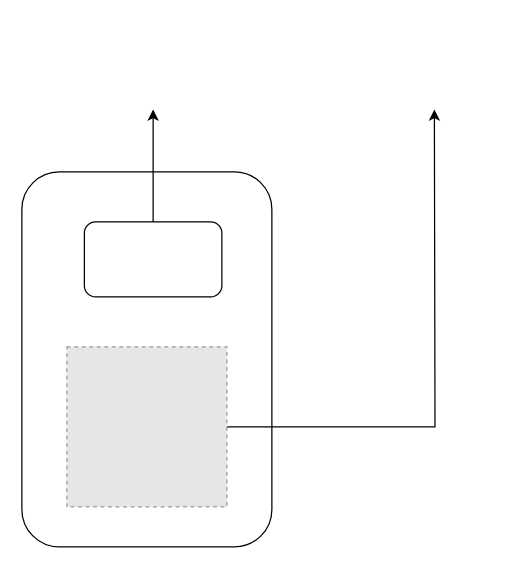
This is page "Design 3" (3 of 5) of Elevator-design.drawio from abhishekori/design, a draw.io file, before an edit. Source tidied: cells renumbered, new cells numbered last; positions are measured from the earlier drawing's top-left corner, leaving out a move shared by most shapes. Both pictures are drawn from the tidied source at 125%, with x=0, y=0 at pixel (21, 109). Pictures stored in the file or linked from it are replaced by grey dashed boxes.
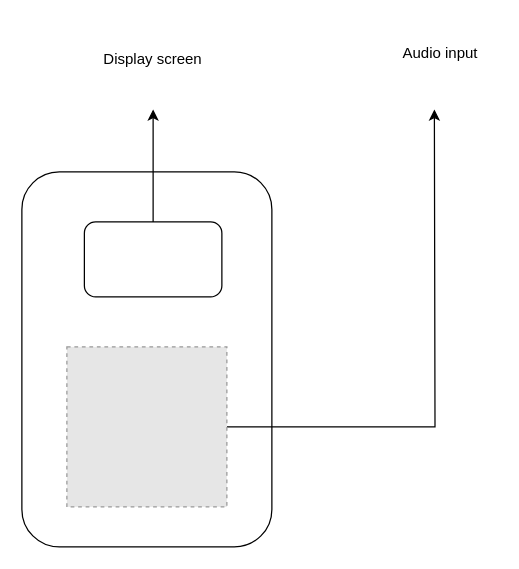
The same page after the edit.

What changed in the source:
```diff
@@
 <mxGraphModel>
   <root>
     <mxCell id="0" />
     <mxCell id="1" parent="0" />
     <mxCell id="2" style="rounded=1;whiteSpace=wrap;html=1;rotation=0;" parent="1" vertex="1">
       <mxGeometry y="50" width="200" height="300" as="geometry" />
     </mxCell>
     <mxCell id="3" style="edgeStyle=orthogonalEdgeStyle;rounded=0;jettySize=auto;html=1;" parent="1" edge="1" source="4">
       <mxGeometry relative="1" as="geometry">
         <mxPoint x="105" as="targetPoint" />
       </mxGeometry>
     </mxCell>
     <mxCell id="4" style="rounded=1;whiteSpace=wrap;html=1;" parent="1" vertex="1">
       <mxGeometry x="50" y="90" width="110" height="60" as="geometry" />
     </mxCell>
     <mxCell id="5" style="edgeStyle=orthogonalEdgeStyle;rounded=0;jettySize=auto;html=1;" parent="1" edge="1" source="6">
       <mxGeometry relative="1" as="geometry">
         <mxPoint x="330" as="targetPoint" />
       </mxGeometry>
     </mxCell>
     <mxCell id="6" style="fillColor=#E6E6E6;strokeColor=#999999;dashed=1;html=1;verticalAlign=top;verticalLabelPosition=bottom;labelBackgroundColor=#ffffff;" parent="1" vertex="1">
       <mxGeometry x="36" y="190" width="128" height="128" as="geometry" />
     </mxCell>
+    <mxCell id="7" value="Display screen" style="text;html=1;strokeColor=none;fillColor=none;align=center;verticalAlign=middle;whiteSpace=wrap;rounded=0;" parent="1" vertex="1">
+      <mxGeometry x="50" y="-50" width="110" height="20" as="geometry" />
+    </mxCell>
+    <mxCell id="8" value="Audio input" style="text;html=1;strokeColor=none;fillColor=none;align=center;verticalAlign=middle;whiteSpace=wrap;rounded=0;" parent="1" vertex="1">
+      <mxGeometry x="290" y="-70" width="90" height="50" as="geometry" />
+    </mxCell>
   </root>
 </mxGraphModel>
```
